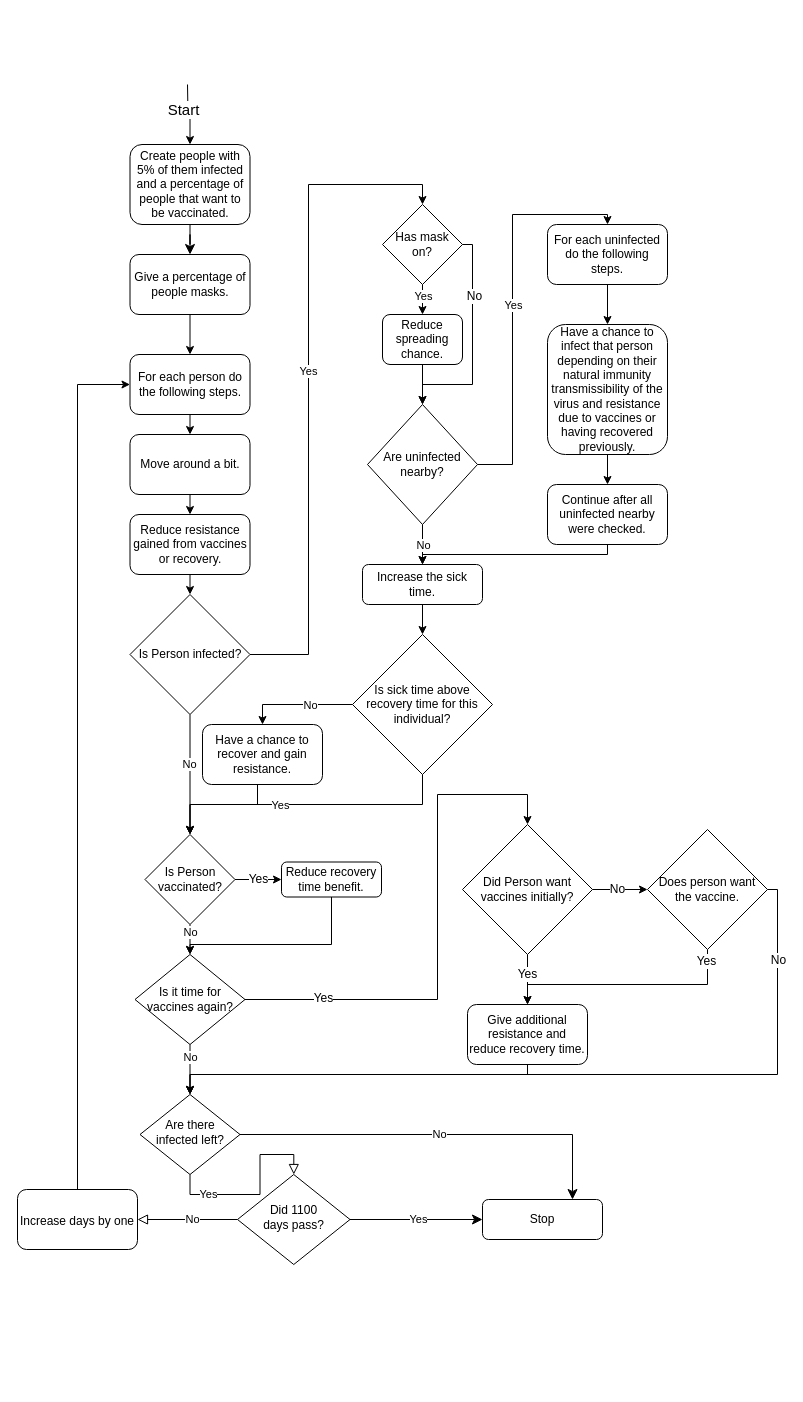
Earlier version of the draw.io diagram Model-Description.drawio (jojoscholzgmailcom/ATP_Final_Project). Source tidied: cells renumbered, new cells numbered last; positions are measured from the earlier drawing's top-left corner, leaving out a move shared by most shapes. Both pictures are drawn from the tidied source at 100%, with x=0, y=0 at pixel (17, 84).
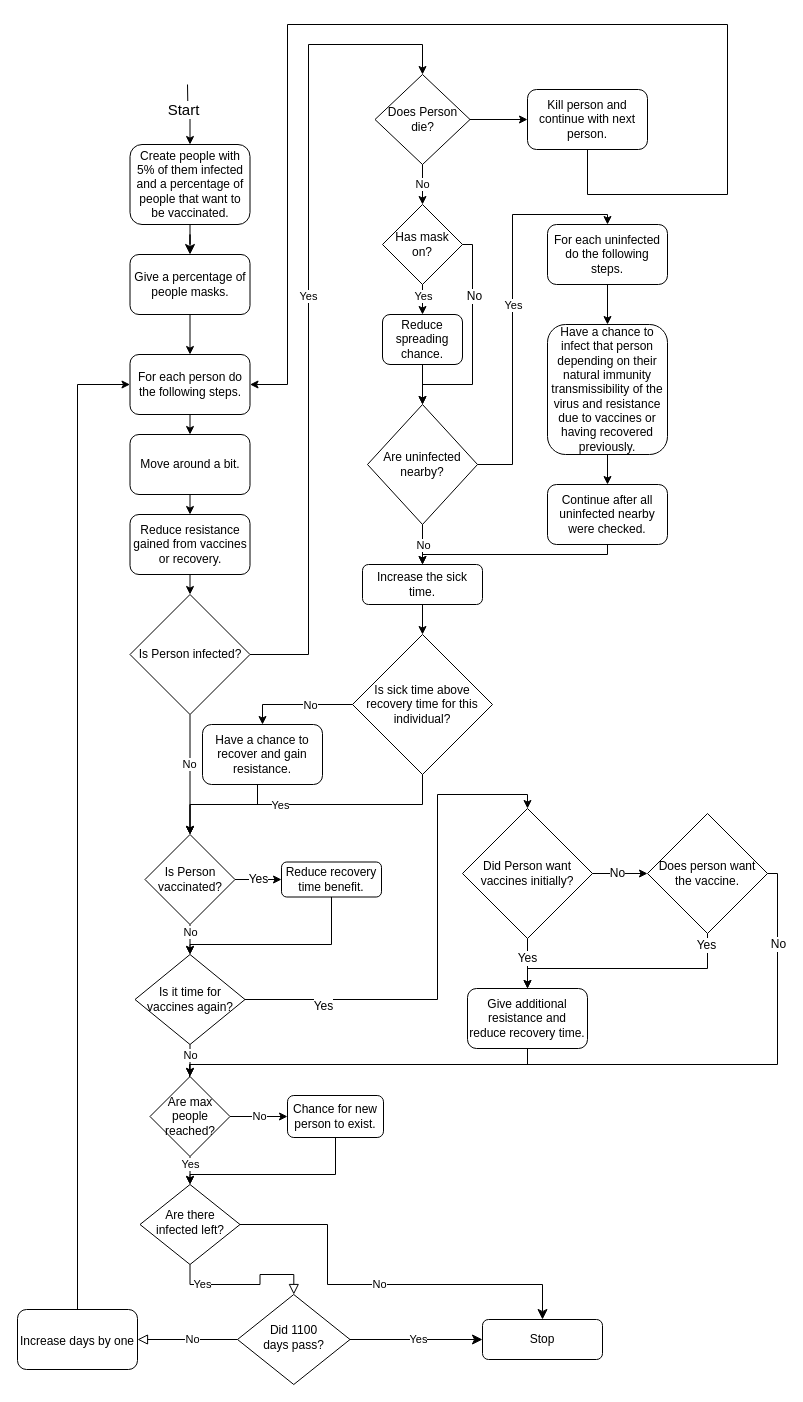
Above is the later version.

Unchanged cells that the change refers to:
```xml
<mxCell id="11" value="For each person do the following steps." style="rounded=1;whiteSpace=wrap;html=1;" parent="1" vertex="1">
  <mxGeometry x="112.5" y="270" width="120" height="60" as="geometry" />
</mxCell>
<mxCell id="12" value="Is Person infected?" style="rhombus;whiteSpace=wrap;html=1;" parent="1" vertex="1">
  <mxGeometry x="112.5" y="510" width="120" height="120" as="geometry" />
</mxCell>
<mxCell id="47" value="Has mask&lt;br&gt;on?" style="rhombus;whiteSpace=wrap;html=1;fontSize=12;" parent="1" vertex="1">
  <mxGeometry x="365" y="120" width="80" height="80" as="geometry" />
</mxCell>
<mxCell id="56" value="Is it time for &lt;br&gt;vaccines again?" style="rhombus;whiteSpace=wrap;html=1;" parent="1" vertex="1">
  <mxGeometry x="117.5" y="870" width="110" height="90" as="geometry" />
</mxCell>
```

Change to the diagram source:
```diff
@@
-    <mxCell id="5" value="No" style="edgeStyle=orthogonalEdgeStyle;rounded=0;html=1;jettySize=auto;fontSize=11;endArrow=classic;endFill=1;endSize=8;strokeWidth=1;shadow=0;labelBackgroundColor=default;entryX=0.75;entryY=0;entryDx=0;entryDy=0;" parent="1" edge="1" source="6" target="10">
-      <mxGeometry relative="1" as="geometry" />
+    <mxCell id="5" value="No" style="edgeStyle=orthogonalEdgeStyle;rounded=0;html=1;jettySize=auto;fontSize=11;endArrow=classic;endFill=1;endSize=8;strokeWidth=1;shadow=0;labelBackgroundColor=default;entryX=0.5;entryY=0;entryDx=0;entryDy=0;exitX=1;exitY=0.5;exitDx=0;exitDy=0;" parent="1" edge="1" source="6" target="10">
+      <mxGeometry relative="1" as="geometry">
+        <Array as="points">
+          <mxPoint x="310" y="1140" />
+          <mxPoint x="310" y="1200" />
+          <mxPoint x="525" y="1200" />
+        </Array>
+      </mxGeometry>
     </mxCell>
     <mxCell id="6" value="Are there&lt;br&gt;infected left?" style="rhombus;whiteSpace=wrap;html=1;shadow=0;fontFamily=Helvetica;fontSize=12;align=center;strokeWidth=1;spacing=6;spacingTop=-4;" parent="1" vertex="1">
-      <mxGeometry x="122.5" y="1010" width="100" height="80" as="geometry" />
+      <mxGeometry x="122.5" y="1100" width="100" height="80" as="geometry" />
     </mxCell>
@@
     <mxCell id="9" value="Did 1100&lt;br&gt;days pass?" style="rhombus;whiteSpace=wrap;html=1;shadow=0;fontFamily=Helvetica;fontSize=12;align=center;strokeWidth=1;spacing=6;spacingTop=-4;" parent="1" vertex="1">
-      <mxGeometry x="220" y="1090" width="112.5" height="90" as="geometry" />
+      <mxGeometry x="220" y="1210" width="112.5" height="90" as="geometry" />
     </mxCell>
     <mxCell id="10" value="Stop" style="rounded=1;whiteSpace=wrap;html=1;fontSize=12;glass=0;strokeWidth=1;shadow=0;" parent="1" vertex="1">
-      <mxGeometry x="465" y="1115" width="120" height="40" as="geometry" />
+      <mxGeometry x="465" y="1235" width="120" height="40" as="geometry" />
     </mxCell>
@@
-    <mxCell id="14" style="endArrow=classic;html=1;exitX=1;exitY=0.5;exitDx=0;exitDy=0;entryX=0.5;entryY=0;entryDx=0;entryDy=0;rounded=0;edgeStyle=orthogonalEdgeStyle;" parent="1" edge="1" source="12" target="47">
+    <mxCell id="14" style="endArrow=classic;html=1;exitX=1;exitY=0.5;exitDx=0;exitDy=0;entryX=0;entryY=0.5;entryDx=0;entryDy=0;rounded=0;edgeStyle=orthogonalEdgeStyle;" parent="1" edge="1" source="12" target="76">
       <mxGeometry relative="1" as="geometry">
         <Array as="points">
           <mxPoint x="291" y="570" />
-          <mxPoint x="291" y="100" />
-          <mxPoint x="405" y="100" />
+          <mxPoint x="291" y="-40" />
+          <mxPoint x="405" y="-40" />
         </Array>
       </mxGeometry>
     </mxCell>
@@
     <mxCell id="40" value="&lt;font style=&quot;font-size: 12px;&quot;&gt;Increase days by one&lt;/font&gt;" style="rounded=1;whiteSpace=wrap;html=1;fontSize=15;" parent="1" vertex="1">
-      <mxGeometry y="1105" width="120" height="60" as="geometry" />
+      <mxGeometry y="1225" width="120" height="60" as="geometry" />
     </mxCell>
@@
-    <mxCell id="57" style="endArrow=classic;html=1;rounded=0;exitX=0.5;exitY=1;exitDx=0;exitDy=0;edgeStyle=orthogonalEdgeStyle;" parent="1" edge="1" source="56" target="6">
+    <mxCell id="57" style="endArrow=classic;html=1;rounded=0;exitX=0.5;exitY=1;exitDx=0;exitDy=0;edgeStyle=orthogonalEdgeStyle;" parent="1" edge="1" source="56" target="81">
       <mxGeometry x="-0.33" y="68" relative="1" as="geometry" />
     </mxCell>
     <mxCell id="58" value="No" style="edgeLabel;html=1;align=center;verticalAlign=middle;" parent="57" vertex="1">
       <mxGeometry relative="1" as="geometry">
-        <mxPoint y="-13" as="offset" />
+        <mxPoint y="-6" as="offset" />
       </mxGeometry>
     </mxCell>
@@
     <mxCell id="64" value="Did Person want vaccines initially?" style="rhombus;whiteSpace=wrap;html=1;fontSize=12;" parent="1" vertex="1">
-      <mxGeometry x="445" y="740" width="130" height="130" as="geometry" />
+      <mxGeometry x="445" y="724" width="130" height="130" as="geometry" />
     </mxCell>
     <mxCell id="65" value="Yes" style="endArrow=classic;html=1;rounded=0;labelBackgroundColor=default;fontSize=12;exitX=0.5;exitY=1;exitDx=0;exitDy=0;edgeStyle=orthogonalEdgeStyle;" parent="1" edge="1">
       <mxGeometry x="-0.2" relative="1" as="geometry">
-        <mxPoint x="510" y="870" as="sourcePoint" />
-        <mxPoint x="510" y="920" as="targetPoint" />
+        <mxPoint x="510" y="854" as="sourcePoint" />
+        <mxPoint x="510" y="904" as="targetPoint" />
       </mxGeometry>
     </mxCell>
     <mxCell id="66" value="Give additional resistance and reduce recovery time." style="rounded=1;whiteSpace=wrap;html=1;fontSize=12;" parent="1" vertex="1">
-      <mxGeometry x="450" y="920" width="120" height="60" as="geometry" />
+      <mxGeometry x="450" y="904" width="120" height="60" as="geometry" />
     </mxCell>
-    <mxCell id="67" style="endArrow=classic;html=1;rounded=0;labelBackgroundColor=default;fontSize=12;exitX=0.5;exitY=1;exitDx=0;exitDy=0;entryX=0.5;entryY=0;entryDx=0;entryDy=0;edgeStyle=orthogonalEdgeStyle;" parent="1" edge="1" source="66" target="6">
+    <mxCell id="67" style="endArrow=classic;html=1;rounded=0;labelBackgroundColor=default;fontSize=12;exitX=0.5;exitY=1;exitDx=0;exitDy=0;entryX=0.5;entryY=0;entryDx=0;entryDy=0;edgeStyle=orthogonalEdgeStyle;" parent="1" edge="1" source="66" target="81">
       <mxGeometry relative="1" as="geometry">
         <Array as="points">
-          <mxPoint x="510" y="990" />
-          <mxPoint x="172" y="990" />
+          <mxPoint x="510" y="980" />
+          <mxPoint x="172" y="980" />
+          <mxPoint x="172" y="1020" />
         </Array>
       </mxGeometry>
     </mxCell>
     <mxCell id="68" value="Does person want&lt;br&gt;the vaccine." style="rhombus;whiteSpace=wrap;html=1;fontSize=12;" parent="1" vertex="1">
-      <mxGeometry x="630" y="745" width="120" height="120" as="geometry" />
+      <mxGeometry x="630" y="729" width="120" height="120" as="geometry" />
     </mxCell>
@@
     <mxCell id="70" style="endArrow=classic;html=1;rounded=0;labelBackgroundColor=default;fontSize=12;exitX=0.5;exitY=1;exitDx=0;exitDy=0;entryX=0.5;entryY=0;entryDx=0;entryDy=0;edgeStyle=orthogonalEdgeStyle;" parent="1" edge="1" source="68" target="66">
       <mxGeometry relative="1" as="geometry">
         <Array as="points">
-          <mxPoint x="690" y="900" />
-          <mxPoint x="510" y="900" />
+          <mxPoint x="690" y="884" />
+          <mxPoint x="510" y="884" />
         </Array>
       </mxGeometry>
     </mxCell>
@@
-    <mxCell id="72" style="endArrow=classic;html=1;rounded=0;labelBackgroundColor=default;fontSize=12;exitX=1;exitY=0.5;exitDx=0;exitDy=0;entryX=0.5;entryY=0;entryDx=0;entryDy=0;edgeStyle=orthogonalEdgeStyle;" parent="1" edge="1" source="68" target="6">
+    <mxCell id="72" style="endArrow=classic;html=1;rounded=0;labelBackgroundColor=default;fontSize=12;exitX=1;exitY=0.5;exitDx=0;exitDy=0;entryX=0.5;entryY=0;entryDx=0;entryDy=0;edgeStyle=orthogonalEdgeStyle;" parent="1" edge="1" source="68" target="81">
       <mxGeometry relative="1" as="geometry">
         <Array as="points">
-          <mxPoint x="760" y="805" />
-          <mxPoint x="760" y="990" />
-          <mxPoint x="172" y="990" />
+          <mxPoint x="760" y="789" />
+          <mxPoint x="760" y="980" />
+          <mxPoint x="173" y="980" />
         </Array>
       </mxGeometry>
     </mxCell>
@@
+    <mxCell id="76" value="Does Person&lt;br&gt;die?" style="rhombus;whiteSpace=wrap;html=1;direction=south;" parent="1" vertex="1">
+      <mxGeometry x="357.5" y="-10" width="95" height="90" as="geometry" />
+    </mxCell>
+    <mxCell id="77" value="No" style="endArrow=classic;html=1;rounded=0;exitX=1;exitY=0.5;exitDx=0;exitDy=0;entryX=0.5;entryY=0;entryDx=0;entryDy=0;edgeStyle=orthogonalEdgeStyle;" parent="1" edge="1" source="76" target="47">
+      <mxGeometry relative="1" as="geometry" />
+    </mxCell>
+    <mxCell id="78" style="endArrow=classic;html=1;rounded=0;exitX=0.5;exitY=0;exitDx=0;exitDy=0;entryX=0;entryY=0.5;entryDx=0;entryDy=0;edgeStyle=orthogonalEdgeStyle;" parent="1" edge="1" source="76" target="79">
+      <mxGeometry relative="1" as="geometry" />
+    </mxCell>
+    <mxCell id="79" value="Kill person and continue with next person." style="rounded=1;whiteSpace=wrap;html=1;" parent="1" vertex="1">
+      <mxGeometry x="510" y="5" width="120" height="60" as="geometry" />
+    </mxCell>
+    <mxCell id="80" style="endArrow=classic;html=1;rounded=0;exitX=0.5;exitY=1;exitDx=0;exitDy=0;entryX=1;entryY=0.5;entryDx=0;entryDy=0;edgeStyle=orthogonalEdgeStyle;" parent="1" edge="1" source="79" target="11">
+      <mxGeometry relative="1" as="geometry">
+        <Array as="points">
+          <mxPoint x="570" y="110" />
+          <mxPoint x="710" y="110" />
+          <mxPoint x="710" y="-60" />
+          <mxPoint x="270" y="-60" />
+          <mxPoint x="270" y="300" />
+        </Array>
+      </mxGeometry>
+    </mxCell>
+    <mxCell id="81" value="Are max people reached?" style="rhombus;whiteSpace=wrap;html=1;" parent="1" vertex="1">
+      <mxGeometry x="132.5" y="992" width="80" height="80" as="geometry" />
+    </mxCell>
+    <mxCell id="82" value="Yes" style="endArrow=classic;html=1;rounded=0;exitX=0.5;exitY=1;exitDx=0;exitDy=0;edgeStyle=orthogonalEdgeStyle;" parent="1" edge="1" source="81" target="6">
+      <mxGeometry x="-0.43" relative="1" as="geometry" />
+    </mxCell>
+    <mxCell id="83" value="Chance for new person to exist." style="rounded=1;whiteSpace=wrap;html=1;" parent="1" vertex="1">
+      <mxGeometry x="270" y="1011" width="96" height="42" as="geometry" />
+    </mxCell>
+    <mxCell id="84" value="No" style="endArrow=classic;html=1;rounded=0;exitX=1;exitY=0.5;exitDx=0;exitDy=0;entryX=0;entryY=0.5;entryDx=0;entryDy=0;edgeStyle=orthogonalEdgeStyle;" parent="1" edge="1" source="81" target="83">
+      <mxGeometry relative="1" as="geometry" />
+    </mxCell>
+    <mxCell id="85" style="endArrow=classic;html=1;rounded=0;entryX=0.5;entryY=0;entryDx=0;entryDy=0;exitX=0.5;exitY=1;exitDx=0;exitDy=0;edgeStyle=orthogonalEdgeStyle;" parent="1" edge="1" source="83" target="6">
+      <mxGeometry relative="1" as="geometry">
+        <Array as="points">
+          <mxPoint x="318" y="1090" />
+          <mxPoint x="173" y="1090" />
+        </Array>
+      </mxGeometry>
+    </mxCell>
```
